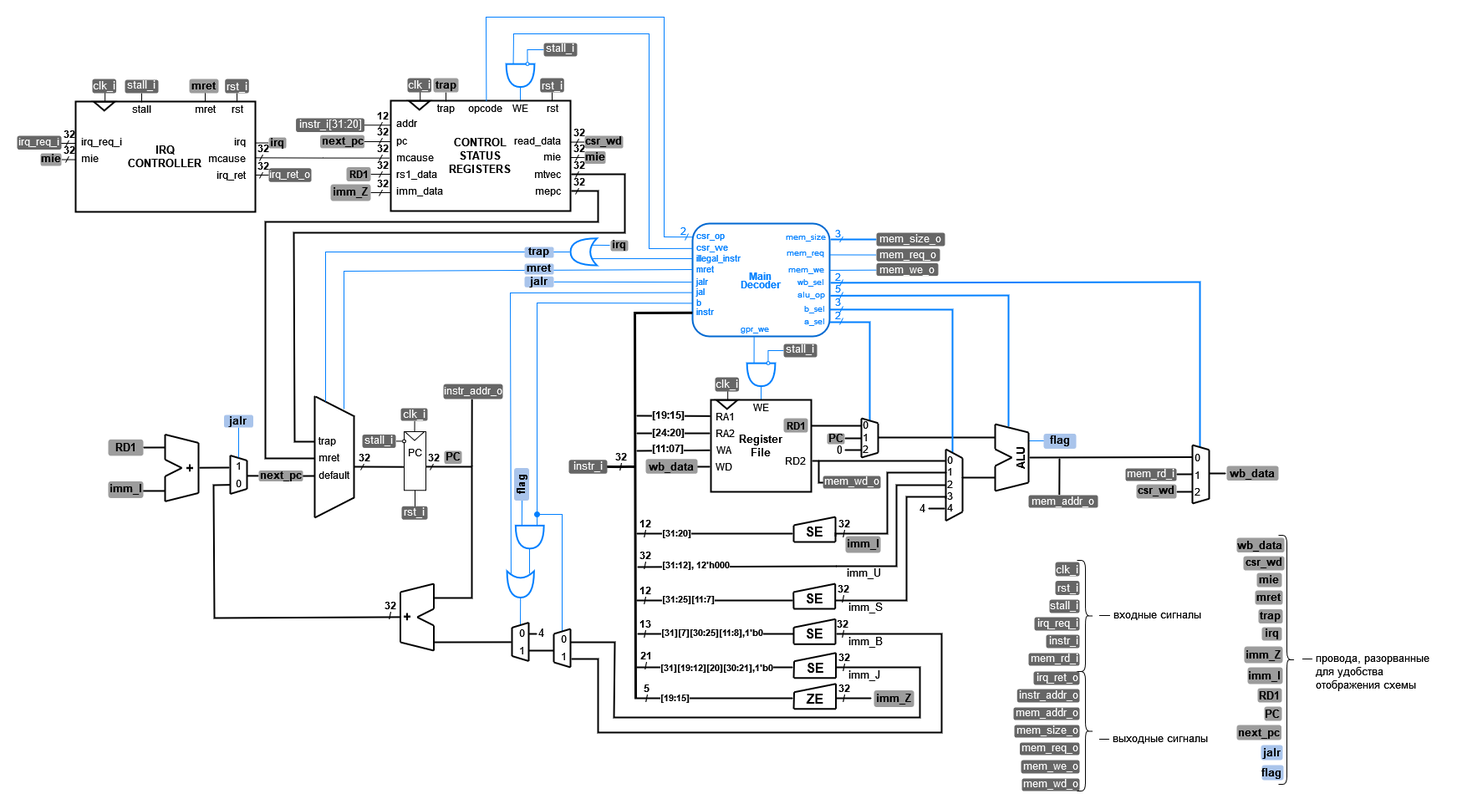
This is .pic/Labs/lab_11_irq_integration/fig_01.drawio.png from MPSU/APS, a draw.io export, as it was before one commit. Source tidied: cells renumbered, new cells last; positions are measured from the earlier drawing's top-left corner, leaving out a move shared by most shapes.
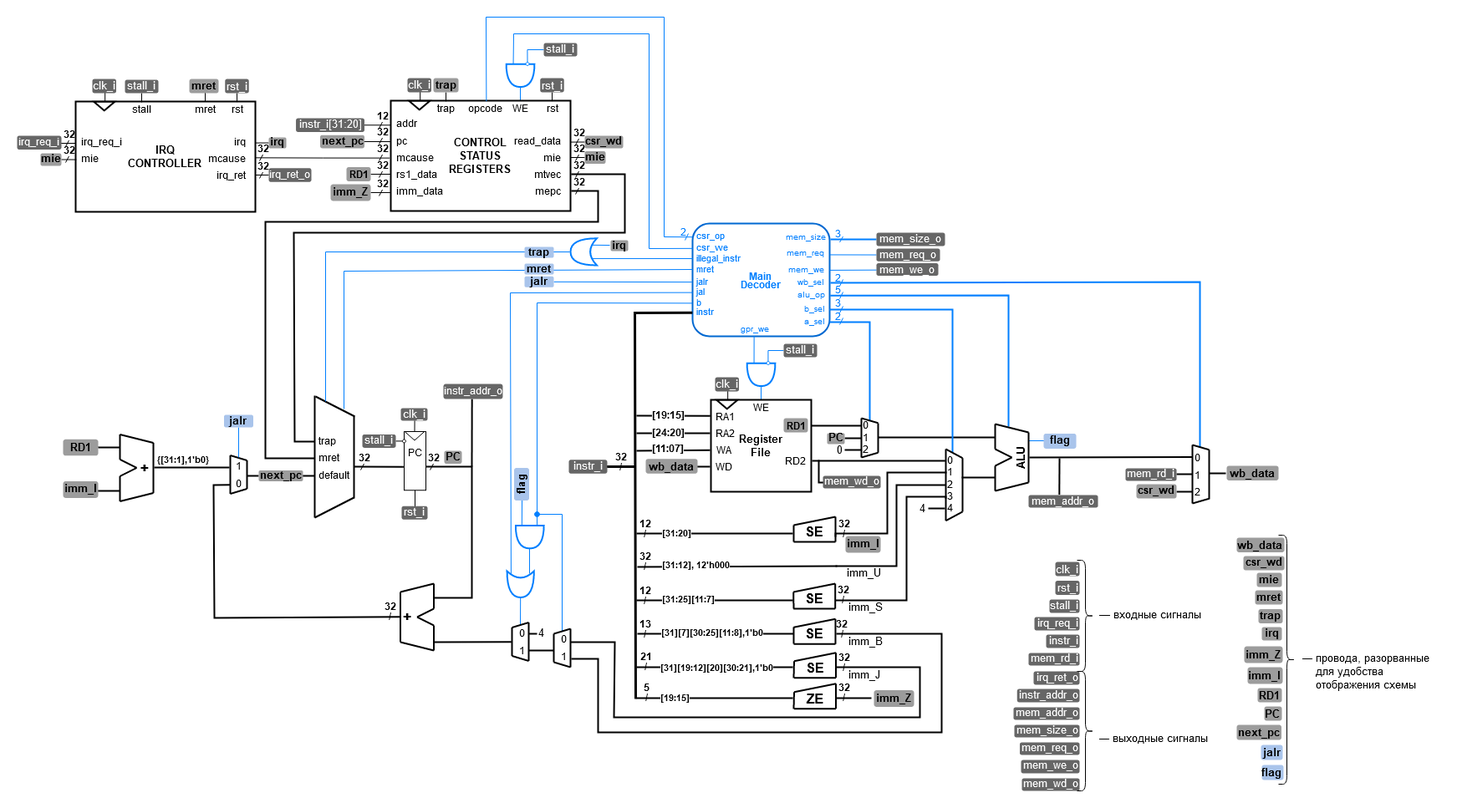
After the change.

The edit, as a diff of the source:
```diff
@@ -446,23 +446,23 @@
     </mxCell>
     <mxCell id="89" style="endArrow=none;html=1;rounded=0;comic=0;strokeColor=#000000;fontSize=16;fontColor=#000000;startSize=6;endSize=6;jiggle=0.5;strokeWidth=2;strokeOpacity=100;fillOpacity=100;" parent="1" edge="1">
       <mxGeometry relative="1" as="geometry">
-        <mxPoint x="218" y="539.2" as="sourcePoint" />
+        <mxPoint x="164" y="539" as="sourcePoint" />
         <mxPoint x="254" y="539" as="targetPoint" />
       </mxGeometry>
     </mxCell>
     <mxCell id="90" style="endArrow=none;html=1;rounded=0;comic=0;strokeColor=#000000;fontSize=16;fontColor=#000000;startSize=6;endSize=6;jiggle=0.5;strokeWidth=2;strokeOpacity=100;fillOpacity=100;" parent="1" edge="1" source="186">
       <mxGeometry relative="1" as="geometry">
-        <mxPoint x="177" y="515" as="targetPoint" />
+        <mxPoint x="123" y="515" as="targetPoint" />
       </mxGeometry>
     </mxCell>
     <mxCell id="91" style="endArrow=none;html=1;rounded=0;comic=0;strokeColor=#000000;fontSize=16;fontColor=#000000;startSize=6;endSize=6;jiggle=0.5;strokeWidth=2;strokeOpacity=100;fillOpacity=100;" parent="1" edge="1">
       <mxGeometry relative="1" as="geometry">
-        <mxPoint x="137" y="566.9" as="sourcePoint" />
-        <mxPoint x="177" y="566.9" as="targetPoint" />
+        <mxPoint x="83" y="566.9" as="sourcePoint" />
+        <mxPoint x="123" y="566.9" as="targetPoint" />
       </mxGeometry>
     </mxCell>
     <mxCell id="92" value="&lt;p style=&quot;line-height: 130%;&quot;&gt;&lt;b style=&quot;&quot;&gt;&lt;font style=&quot;font-size: 13px;&quot;&gt;imm_I&lt;/font&gt;&lt;/b&gt;&lt;/p&gt;" style="text;html=1;strokeColor=none;fillColor=#9C9C9C;align=center;verticalAlign=middle;whiteSpace=wrap;rounded=1;fontSize=9;fontColor=#000000;comic=0;jiggle=0.5;strokeWidth=2;strokeOpacity=100;fillOpacity=100;" parent="1" vertex="1">
-      <mxGeometry x="109" y="555.4" width="42" height="20" as="geometry" />
+      <mxGeometry x="55" y="555.4" width="42" height="20" as="geometry" />
     </mxCell>
     <mxCell id="93" style="endArrow=none;html=1;rounded=0;comic=0;strokeColor=#007FFF;fontSize=16;fontColor=#000000;startSize=6;endSize=6;jiggle=0.5;entryX=-0.005;entryY=0.279;entryDx=0;entryDy=0;entryPerimeter=0;strokeOpacity=100;fillOpacity=100;" parent="1" edge="1" source="373">
       <mxGeometry relative="1" as="geometry">
@@ -471,48 +471,48 @@
     </mxCell>
     <mxCell id="94" style="endArrow=none;html=1;rounded=0;fontSize=16;startSize=6;endSize=6;comic=0;strokeColor=#000000;jiggle=0.5;fontColor=#000000;strokeWidth=2;strokeOpacity=100;fillOpacity=100;" parent="1" edge="1">
       <mxGeometry relative="1" as="geometry">
-        <mxPoint x="177" y="499.4" as="sourcePoint" />
-        <mxPoint x="217" y="509.4" as="targetPoint" />
+        <mxPoint x="123" y="499.4" as="sourcePoint" />
+        <mxPoint x="163" y="509.4" as="targetPoint" />
       </mxGeometry>
     </mxCell>
     <mxCell id="95" style="endArrow=none;html=1;rounded=0;fontSize=16;startSize=6;endSize=6;comic=0;strokeColor=#000000;jiggle=0.5;fontColor=#000000;strokeWidth=2;strokeOpacity=100;fillOpacity=100;" parent="1" edge="1">
       <mxGeometry relative="1" as="geometry">
-        <mxPoint x="177" y="549.4" as="sourcePoint" />
-        <mxPoint x="197" y="539.4" as="targetPoint" />
+        <mxPoint x="123" y="549.4" as="sourcePoint" />
+        <mxPoint x="143" y="539.4" as="targetPoint" />
       </mxGeometry>
     </mxCell>
     <mxCell id="96" style="endArrow=none;html=1;rounded=0;fontSize=16;startSize=6;endSize=6;comic=0;strokeColor=#000000;jiggle=0.5;fontColor=#000000;strokeWidth=2;strokeOpacity=100;fillOpacity=100;" parent="1" edge="1">
       <mxGeometry relative="1" as="geometry">
-        <mxPoint x="177" y="529.4" as="sourcePoint" />
-        <mxPoint x="197" y="539.4" as="targetPoint" />
+        <mxPoint x="123" y="529.4" as="sourcePoint" />
+        <mxPoint x="143" y="539.4" as="targetPoint" />
       </mxGeometry>
     </mxCell>
     <mxCell id="97" style="endArrow=none;html=1;rounded=0;fontSize=16;startSize=6;endSize=6;comic=0;strokeColor=#000000;jiggle=0.5;fontColor=#000000;strokeWidth=2;strokeOpacity=100;fillOpacity=100;" parent="1" edge="1">
       <mxGeometry relative="1" as="geometry">
-        <mxPoint x="177" y="579.4" as="sourcePoint" />
-        <mxPoint x="217" y="569.4" as="targetPoint" />
+        <mxPoint x="123" y="579.4" as="sourcePoint" />
+        <mxPoint x="163" y="569.4" as="targetPoint" />
       </mxGeometry>
     </mxCell>
     <mxCell id="98" style="endArrow=none;html=1;rounded=0;fontSize=16;startSize=6;endSize=6;comic=0;strokeColor=#000000;jiggle=0.5;fontColor=#000000;strokeWidth=2;strokeOpacity=100;fillOpacity=100;" parent="1" edge="1">
       <mxGeometry relative="1" as="geometry">
-        <mxPoint x="177" y="579.4" as="sourcePoint" />
-        <mxPoint x="177" y="549.4" as="targetPoint" />
+        <mxPoint x="123" y="579.4" as="sourcePoint" />
+        <mxPoint x="123" y="549.4" as="targetPoint" />
       </mxGeometry>
     </mxCell>
     <mxCell id="99" style="endArrow=none;html=1;rounded=0;fontSize=16;startSize=6;endSize=6;comic=0;strokeColor=#000000;jiggle=0.5;fontColor=#000000;strokeWidth=2;strokeOpacity=100;fillOpacity=100;" parent="1" edge="1">
       <mxGeometry relative="1" as="geometry">
-        <mxPoint x="177" y="529.4" as="sourcePoint" />
-        <mxPoint x="177" y="499.4" as="targetPoint" />
+        <mxPoint x="123" y="529.4" as="sourcePoint" />
+        <mxPoint x="123" y="499.4" as="targetPoint" />
       </mxGeometry>
     </mxCell>
     <mxCell id="100" style="endArrow=none;html=1;rounded=0;fontSize=16;startSize=6;endSize=6;comic=0;fontColor=#000000;strokeColor=#000000;jiggle=0.5;strokeWidth=2;strokeOpacity=100;fillOpacity=100;" parent="1" edge="1">
       <mxGeometry relative="1" as="geometry">
-        <mxPoint x="217" y="569.4" as="sourcePoint" />
-        <mxPoint x="217" y="509.4" as="targetPoint" />
+        <mxPoint x="163" y="569.4" as="sourcePoint" />
+        <mxPoint x="163" y="509.4" as="targetPoint" />
       </mxGeometry>
     </mxCell>
     <mxCell id="101" value="&lt;font style=&quot;font-size: 17px;&quot;&gt;&lt;b&gt;+&lt;/b&gt;&lt;/font&gt;" style="text;html=1;strokeColor=none;fillColor=none;align=center;verticalAlign=middle;whiteSpace=wrap;rounded=0;fontSize=14;rotation=-90;comic=0;fontColor=#000000;jiggle=0.5;strokeWidth=2;strokeOpacity=100;fillOpacity=100;" parent="1" vertex="1">
-      <mxGeometry x="200.9" y="536.5" width="11.2" height="7" as="geometry" />
+      <mxGeometry x="146.9" y="536.5" width="11.2" height="7" as="geometry" />
     </mxCell>
     <mxCell id="102" value="&lt;font style=&quot;font-size: 11px;&quot;&gt;jalr&lt;/font&gt;" style="text;html=1;strokeColor=none;fillColor=none;align=left;verticalAlign=middle;whiteSpace=wrap;rounded=0;fontSize=9;fontColor=#007FFF;comic=0;jiggle=0.5;strokeOpacity=100;fillOpacity=100;" parent="1" vertex="1">
       <mxGeometry x="811" y="310.8" width="33" height="10" as="geometry" />
@@ -949,11 +949,11 @@
     </mxCell>
     <mxCell id="185" style="endArrow=none;html=1;rounded=0;comic=0;strokeColor=#000000;fontSize=16;fontColor=#000000;startSize=6;endSize=6;jiggle=0.5;strokeWidth=2;strokeOpacity=100;fillOpacity=100;" parent="1" edge="1" target="186">
       <mxGeometry relative="1" as="geometry">
-        <mxPoint x="137" y="515" as="sourcePoint" />
+        <mxPoint x="83" y="515" as="sourcePoint" />
       </mxGeometry>
     </mxCell>
     <mxCell id="186" value="&lt;b&gt;&lt;font style=&quot;font-size: 13px;&quot;&gt;RD1&lt;/font&gt;&lt;/b&gt;" style="text;html=1;strokeColor=none;fillColor=#9C9C9C;align=center;verticalAlign=middle;whiteSpace=wrap;rounded=1;fontSize=9;fontColor=#000000;comic=0;jiggle=0.5;strokeWidth=2;strokeOpacity=100;fillOpacity=100;" parent="1" vertex="1">
-      <mxGeometry x="109" y="505.3" width="42" height="19.6" as="geometry" />
+      <mxGeometry x="55" y="505.3" width="42" height="19.6" as="geometry" />
     </mxCell>
     <mxCell id="187" value="&lt;p style=&quot;line-height: 100%;&quot;&gt;&lt;font style=&quot;font-size: 12px;&quot;&gt;&lt;b&gt;32&lt;br&gt;/&lt;/b&gt;&lt;/font&gt;&lt;/p&gt;" style="text;html=1;align=center;verticalAlign=middle;strokeColor=none;fillColor=none;strokeOpacity=100;fillOpacity=100;" parent="1" vertex="1">
       <mxGeometry x="706" y="501" width="32" height="61" as="geometry" />
@@ -1827,5 +1827,8 @@
         <mxPoint x="622" y="595" as="targetPoint" />
       </mxGeometry>
     </mxCell>
+    <mxCell id="406" value="&lt;b style=&quot;border-color: var(--border-color);&quot;&gt;&lt;font style=&quot;font-size: 10.5px;&quot;&gt;{[31:1],1'b0&lt;/font&gt;&lt;/b&gt;&lt;font size=&quot;1&quot; style=&quot;&quot;&gt;&lt;b style=&quot;font-size: 11px;&quot;&gt;}&lt;br&gt;&lt;/b&gt;&lt;/font&gt;" style="edgeLabel;html=1;align=left;verticalAlign=middle;fontSize=9;fontColor=#000000;comic=0;jiggle=0.5;labelBackgroundColor=default;" parent="1" vertex="1">
+      <mxGeometry x="166" y="528" as="geometry" />
+    </mxCell>
   </root>
 </mxGraphModel>
```
